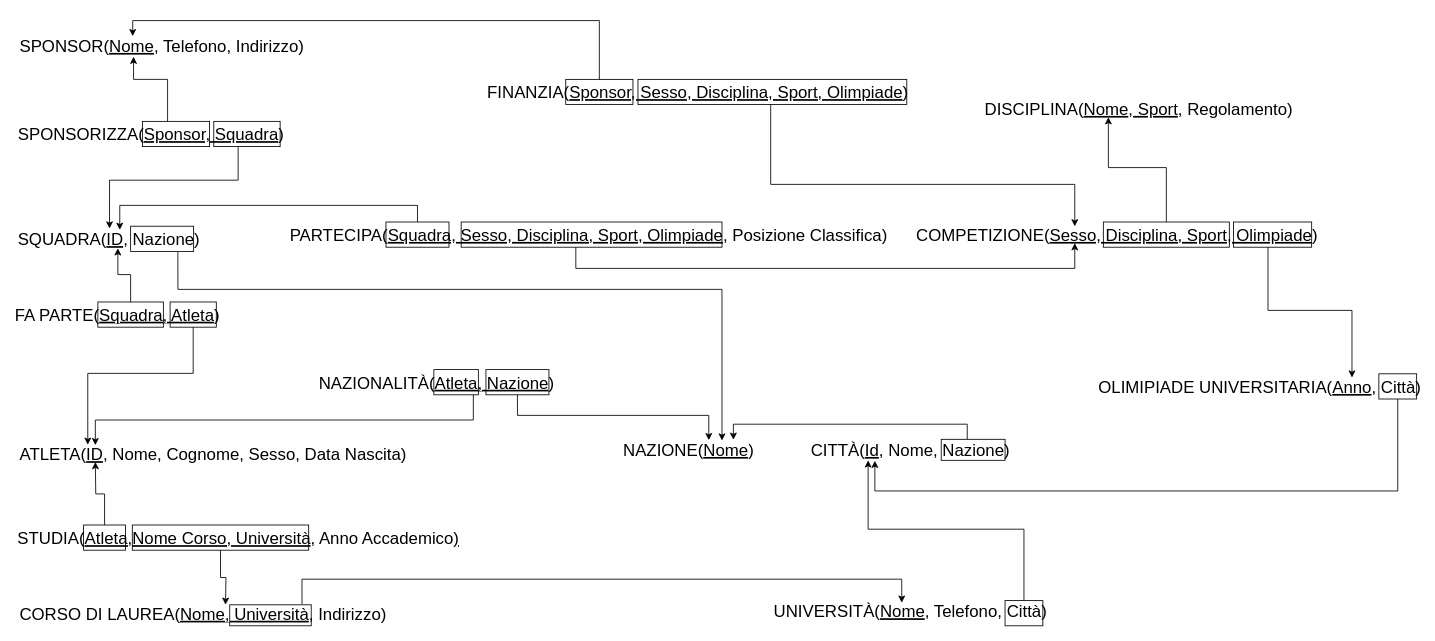
The draw.io diagram page "Schema Logico" (4 of 7) of Olimpiadi studentesche.drawio in giovannivelludo/database-project, before the edit. Source tidied: cells renumbered, new cells numbered last; positions are measured from the earlier drawing's top-left corner, leaving out a move shared by most shapes. Both pictures are drawn from the tidied source at 84%, with x=0, y=0 at pixel (16, 20).
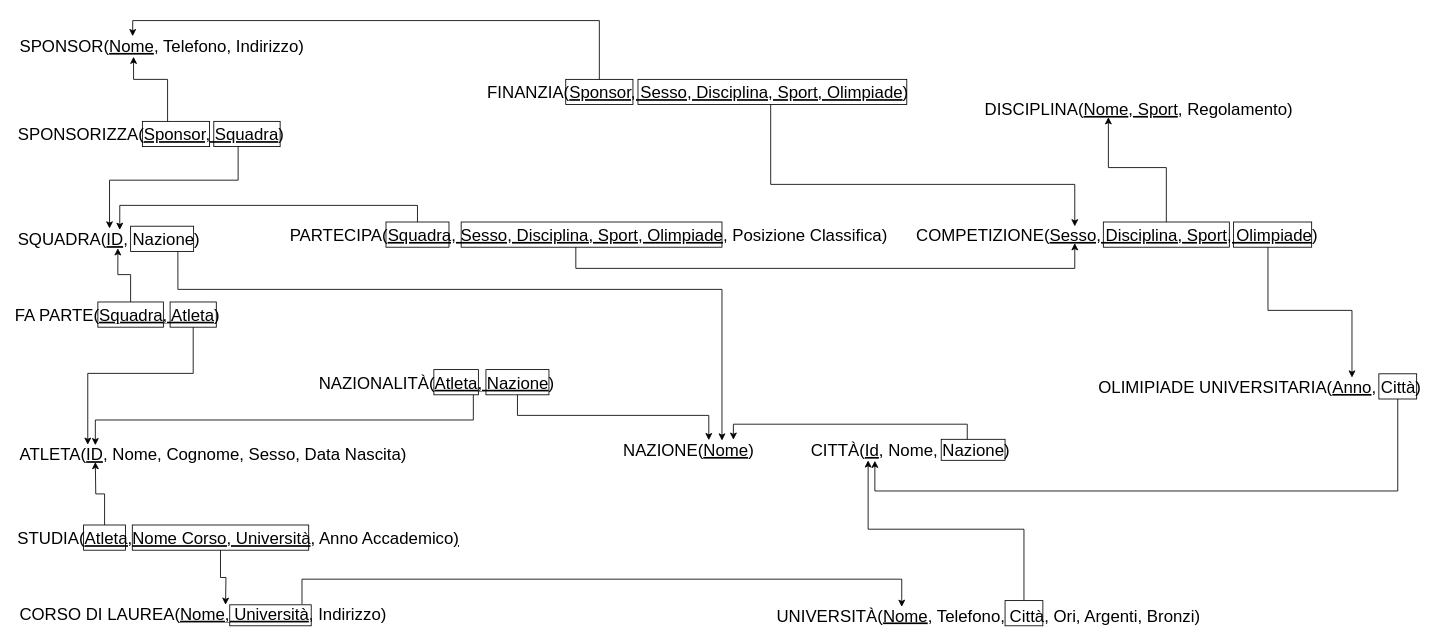
Above is the later version.

Commit message:
aggiunta ridondanza nello schema logico

Unchanged cells that the change refers to:
```xml
<mxCell id="34" style="rounded=0;whiteSpace=wrap;html=1;fontSize=20;labelBackgroundColor=#ffffff;endArrow=classic;fillColor=none;" parent="1" vertex="1">
  <mxGeometry x="254" y="695.5" width="97" height="25" as="geometry" />
</mxCell>
```

What changed in the source:
```diff
@@
-    <mxCell id="26" value="UNIVERSIT&lt;span style=&quot;text-align: left; white-space: nowrap;&quot;&gt;À(&lt;u&gt;Nome&lt;/u&gt;, Telefono, Città)&lt;/span&gt;" style="text;html=1;align=center;verticalAlign=middle;rounded=0;fontSize=20;labelBackgroundColor=none;endArrow=classic;" parent="1" vertex="1">
-      <mxGeometry x="1044" y="693" width="40" height="20" as="geometry" />
+    <mxCell id="26" value="UNIVERSIT&lt;span style=&quot;text-align: left ; white-space: nowrap&quot;&gt;À(&lt;u&gt;Nome&lt;/u&gt;, Telefono, Città, Ori, Argenti, Bronzi)&lt;/span&gt;" style="text;html=1;align=center;verticalAlign=middle;rounded=0;fontSize=20;labelBackgroundColor=none;endArrow=classic;" parent="1" vertex="1">
+      <mxGeometry x="1137" y="698" width="40" height="20" as="geometry" />
     </mxCell>
@@
-    <mxCell id="33" style="edgeStyle=orthogonalEdgeStyle;rounded=0;jettySize=auto;html=1;fontSize=20;fontColor=#000000;entryX=0.25;entryY=0;entryDx=0;entryDy=0;exitX=0.887;exitY=-0.034;exitDx=0;exitDy=0;exitPerimeter=0;labelBackgroundColor=#ffffff;" parent="1" edge="1" source="34" target="26">
+    <mxCell id="33" style="edgeStyle=orthogonalEdgeStyle;rounded=0;jettySize=auto;html=1;fontSize=20;fontColor=#000000;exitX=0.887;exitY=-0.034;exitDx=0;exitDy=0;exitPerimeter=0;labelBackgroundColor=#ffffff;" parent="1" edge="1" source="34">
       <mxGeometry relative="1" as="geometry">
+        <mxPoint x="1054" y="698" as="targetPoint" />
         <Array as="points">
           <mxPoint x="340" y="665" />
           <mxPoint x="1054" y="665" />
         </Array>
       </mxGeometry>
     </mxCell>
```
